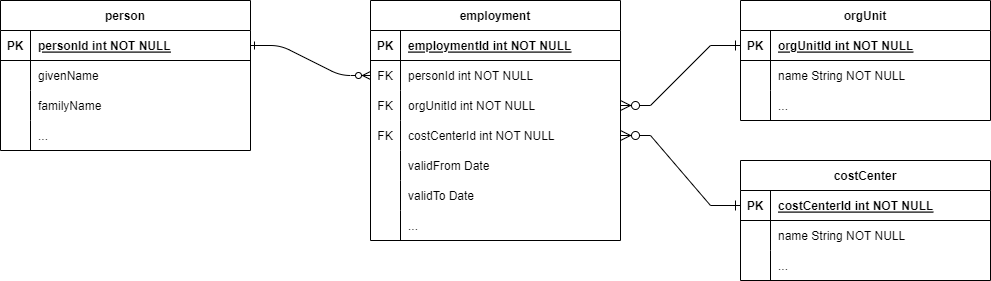
Evolveum/docs keeps this draw.io diagram as midpoint/devel/design/associations-4.9/source-hr.drawio.png. Above is the earlier version. Source tidied: cells renumbered, new cells last; positions are measured from the earlier drawing's top-left corner, leaving out a move shared by most shapes.
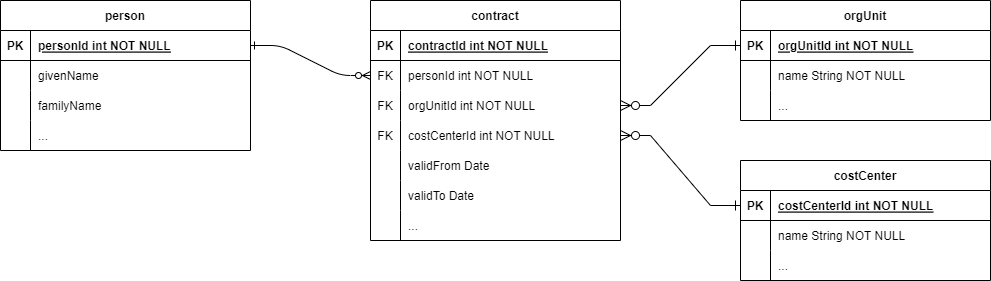
Above is the later version.

Diff of the diagram source:
```diff
@@ -5,7 +5,7 @@
     <mxCell id="2" style="edgeStyle=entityRelationEdgeStyle;endArrow=ERzeroToMany;startArrow=ERone;endFill=1;startFill=0;" parent="1" edge="1" source="36" target="7">
       <mxGeometry relative="1" as="geometry" />
     </mxCell>
-    <mxCell id="3" value="employment" style="shape=table;startSize=30;rowLines=0;fontStyle=1;align=center;" parent="1" vertex="1">
+    <mxCell id="3" value="contract" style="shape=table;startSize=30;rowLines=0;fontStyle=1;align=center;" parent="1" vertex="1">
       <mxGeometry x="370" width="250" height="240" as="geometry" />
     </mxCell>
     <mxCell id="4" style="shape=partialRectangle;fillColor=none;top=0;left=0;right=0;bottom=1;" parent="3" vertex="1">
@@ -14,7 +14,7 @@
     <mxCell id="5" value="PK" style="shape=partialRectangle;overflow=hidden;fillColor=none;top=0;left=0;bottom=0;right=0;fontStyle=1;" parent="4" vertex="1">
       <mxGeometry width="30" height="30" as="geometry" />
     </mxCell>
-    <mxCell id="6" value="employmentId int NOT NULL " style="shape=partialRectangle;overflow=hidden;fillColor=none;top=0;left=0;bottom=0;right=0;align=left;spacingLeft=6;fontStyle=5;" parent="4" vertex="1">
+    <mxCell id="6" value="contractId int NOT NULL " style="shape=partialRectangle;overflow=hidden;fillColor=none;top=0;left=0;bottom=0;right=0;align=left;spacingLeft=6;fontStyle=5;" parent="4" vertex="1">
       <mxGeometry x="30" width="220" height="30" as="geometry" />
     </mxCell>
     <mxCell id="7" style="shape=partialRectangle;fillColor=none;points=[[0,0.5],[1,0.5]];portConstraint=eastwest;top=0;left=0;right=0;bottom=0;" parent="3" vertex="1">
```
